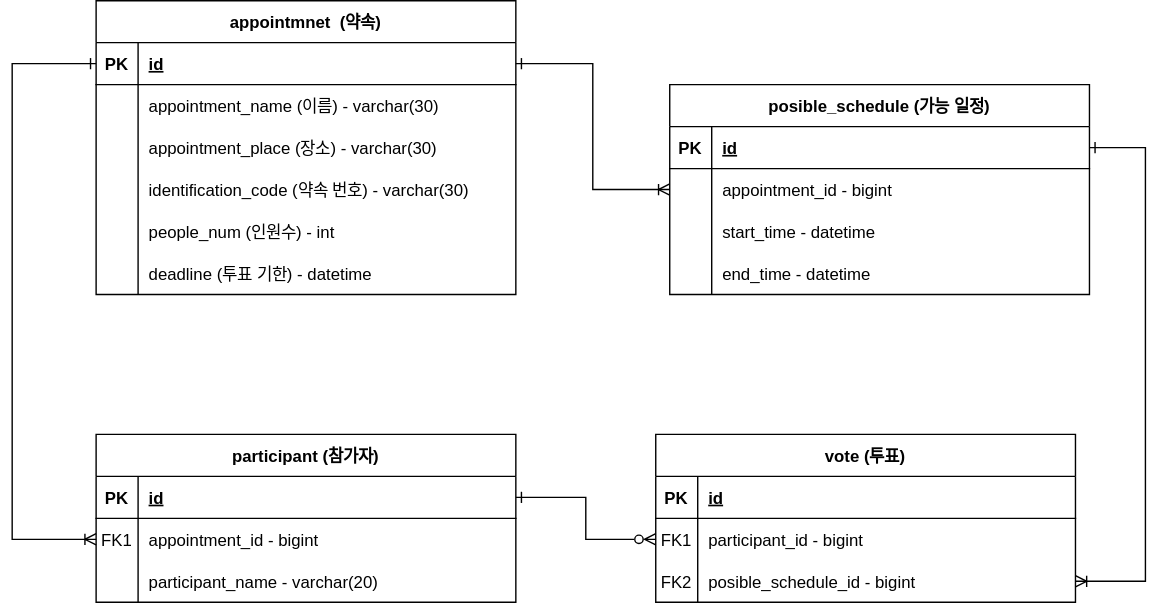
This is document/erd.svg from Kwonminwoo/WWMeet, a draw.io export, as it was before one commit. Source tidied: cells renumbered, new cells last; positions are measured from the earlier drawing's top-left corner, leaving out a move shared by most shapes.
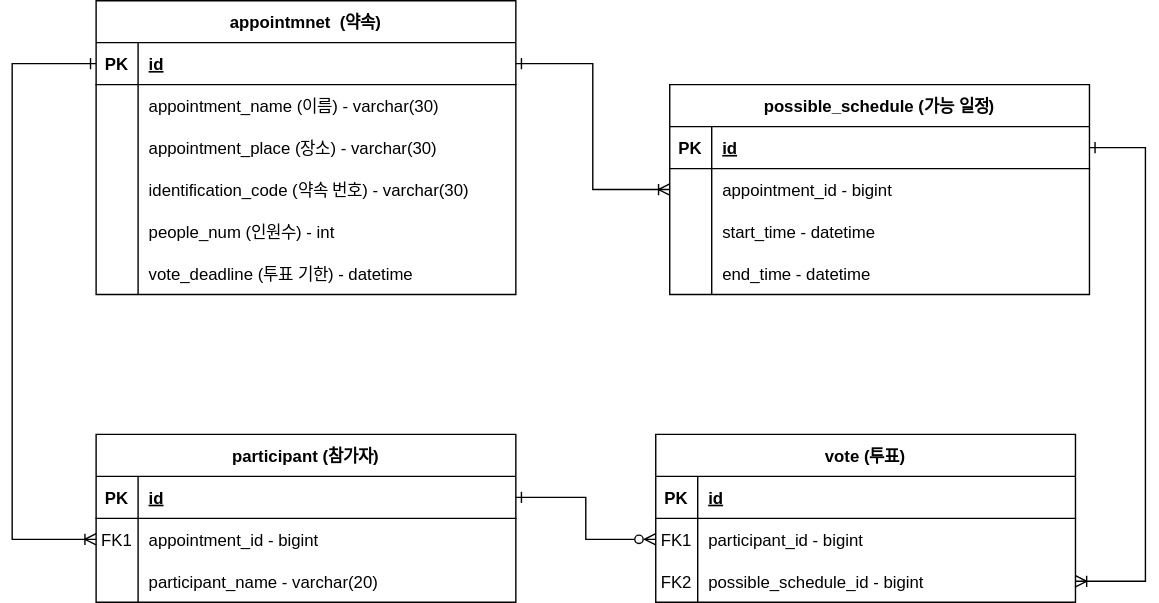
Later version of the same file.

What changed in the source:
```diff
@@ -29,7 +29,7 @@
     <mxCell id="10" value="FK2" style="shape=partialRectangle;overflow=hidden;fillColor=none;top=0;left=0;bottom=0;right=0;" parent="9" vertex="1">
       <mxGeometry width="30" height="30" as="geometry" />
     </mxCell>
-    <mxCell id="11" value="posible_schedule_id - bigint" style="shape=partialRectangle;overflow=hidden;fillColor=none;top=0;left=0;bottom=0;right=0;align=left;spacingLeft=6;" parent="9" vertex="1">
+    <mxCell id="11" value="possible_schedule_id - bigint" style="shape=partialRectangle;overflow=hidden;fillColor=none;top=0;left=0;bottom=0;right=0;align=left;spacingLeft=6;" parent="9" vertex="1">
       <mxGeometry x="30" width="270" height="30" as="geometry" />
     </mxCell>
     <mxCell id="12" value="appointmnet  (약속)" style="shape=table;startSize=30;rowLines=0;fontStyle=1;align=center;" parent="1" vertex="1">
@@ -86,7 +86,7 @@
     <mxCell id="29" style="shape=partialRectangle;overflow=hidden;fillColor=none;top=0;left=0;bottom=0;right=0;" parent="28" vertex="1">
       <mxGeometry width="30" height="30" as="geometry" />
     </mxCell>
-    <mxCell id="30" value="deadline (투표 기한) - datetime" style="shape=partialRectangle;overflow=hidden;fillColor=none;top=0;left=0;bottom=0;right=0;align=left;spacingLeft=6;" parent="28" vertex="1">
+    <mxCell id="30" value="vote_deadline (투표 기한) - datetime" style="shape=partialRectangle;overflow=hidden;fillColor=none;top=0;left=0;bottom=0;right=0;align=left;spacingLeft=6;" parent="28" vertex="1">
       <mxGeometry x="30" width="270" height="30" as="geometry" />
     </mxCell>
     <mxCell id="31" value="participant (참가자)" style="shape=table;startSize=30;rowLines=0;fontStyle=1;align=center;" parent="1" vertex="1">
@@ -119,7 +119,7 @@
     <mxCell id="40" value="participant_name - varchar(20)" style="shape=partialRectangle;overflow=hidden;fillColor=none;top=0;left=0;bottom=0;right=0;align=left;spacingLeft=6;" parent="38" vertex="1">
       <mxGeometry x="30" width="270" height="30" as="geometry" />
     </mxCell>
-    <mxCell id="41" value="posible_schedule (가능 일정)" style="shape=table;startSize=30;rowLines=0;fontStyle=1;align=center;" parent="1" vertex="1">
+    <mxCell id="41" value="possible_schedule (가능 일정)" style="shape=table;startSize=30;rowLines=0;fontStyle=1;align=center;" parent="1" vertex="1">
       <mxGeometry x="470" y="60" width="300" height="150" as="geometry" />
     </mxCell>
     <mxCell id="42" style="shape=partialRectangle;fillColor=none;points=[[0,0.5],[1,0.5]];portConstraint=eastwest;top=0;left=0;right=0;bottom=1;" parent="41" vertex="1">
```
